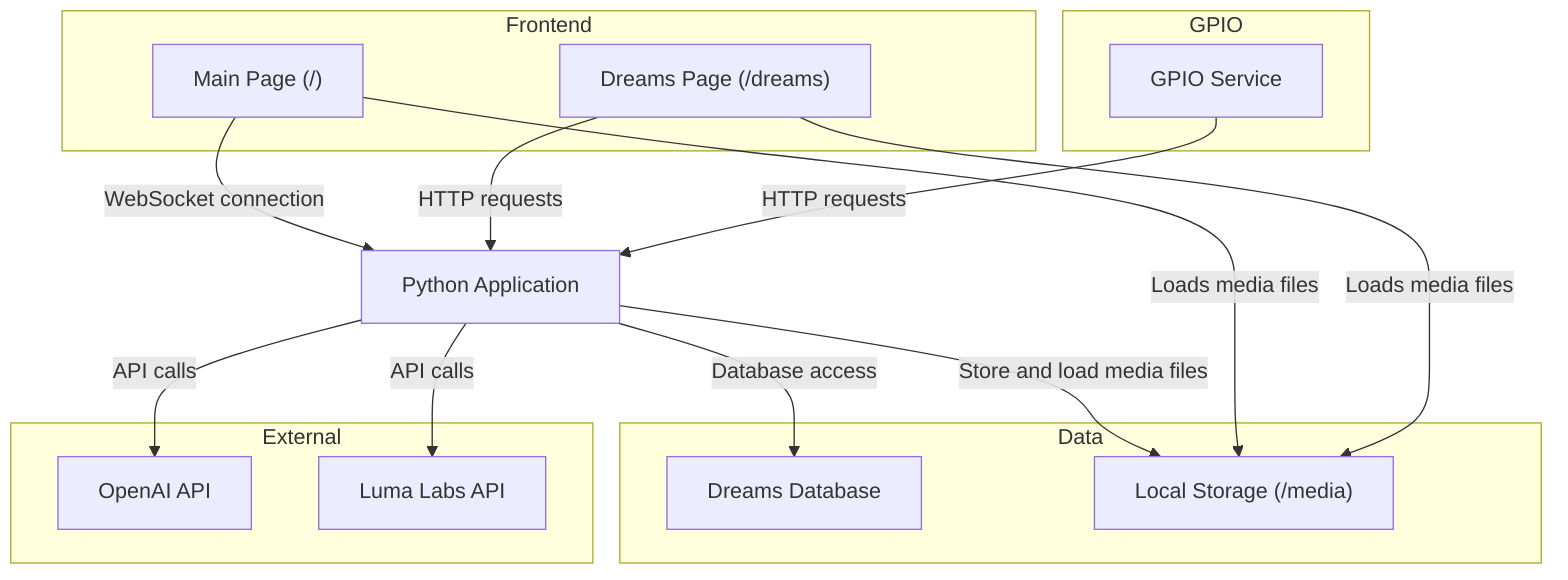
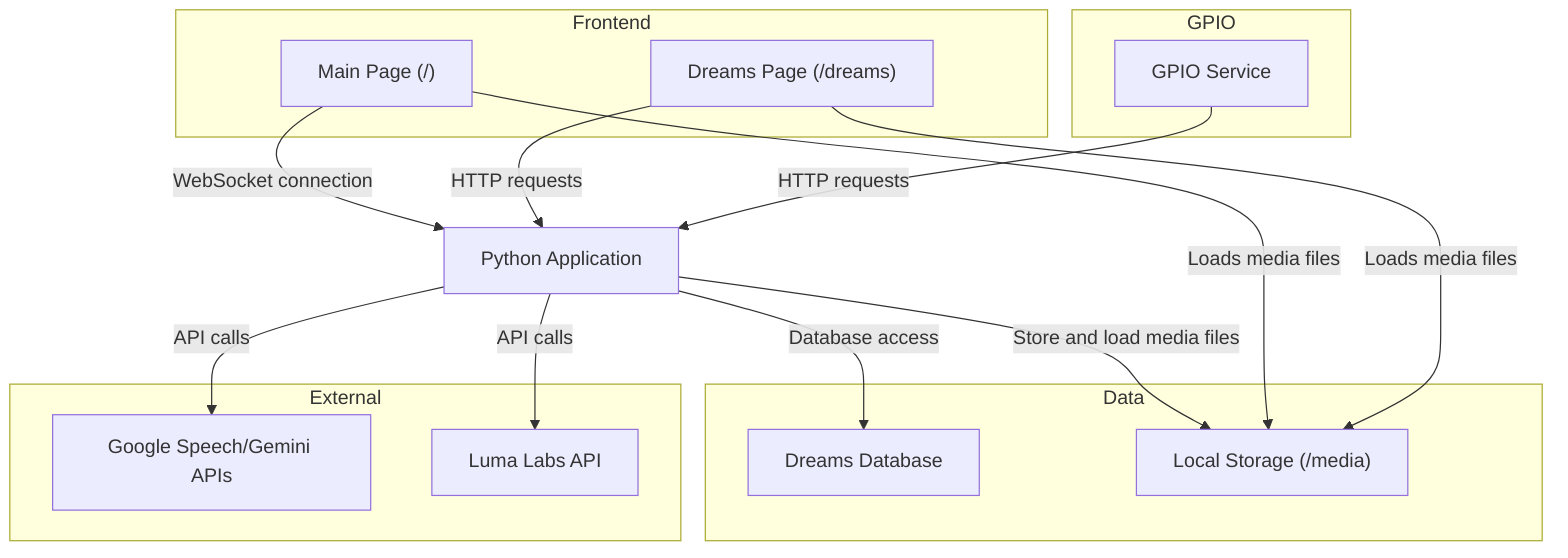
flowchart TD
    A["Python Application"]

    subgraph GPIO
        B["GPIO Service"]
    end

    subgraph Frontend
        C["Main Page (/)"]
        D["Dreams Page (/dreams)"]
    end

    subgraph Data
        E["Dreams Database"]
        H["Local Storage (/media)"]
    end

    subgraph External
-         F["OpenAI API"]
+         F["Google Speech/Gemini APIs"]
        G["Luma Labs API"]
    end

    %% Connections
    C -- "WebSocket connection" --> A
    D -- "HTTP requests" --> A
    B -- "HTTP requests" --> A
    A -- "Database access" --> E
    A -- "API calls" --> F
    A -- "API calls" --> G
    A -- "Store and load media files" --> H
    C -- "Loads media files" --> H
-     D -- "Loads media files" --> H+     D -- "Loads media files" --> H
